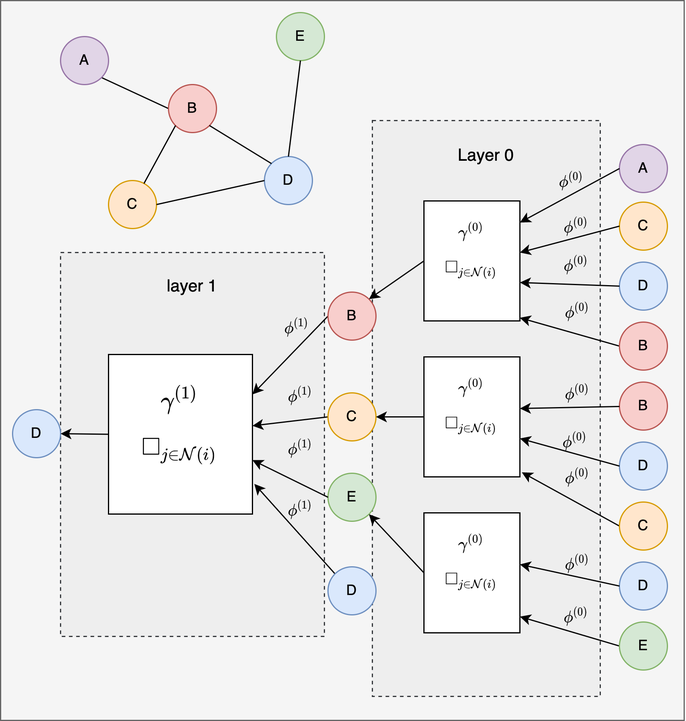
Earlier version of the draw.io export notes/assets/drawio/Message-Passing-Framework.drawio.png (shekharmish/MATH-490-Project). Source tidied: cells renumbered, new cells last; positions are measured from the earlier drawing's top-left corner, leaving out a move shared by most shapes.
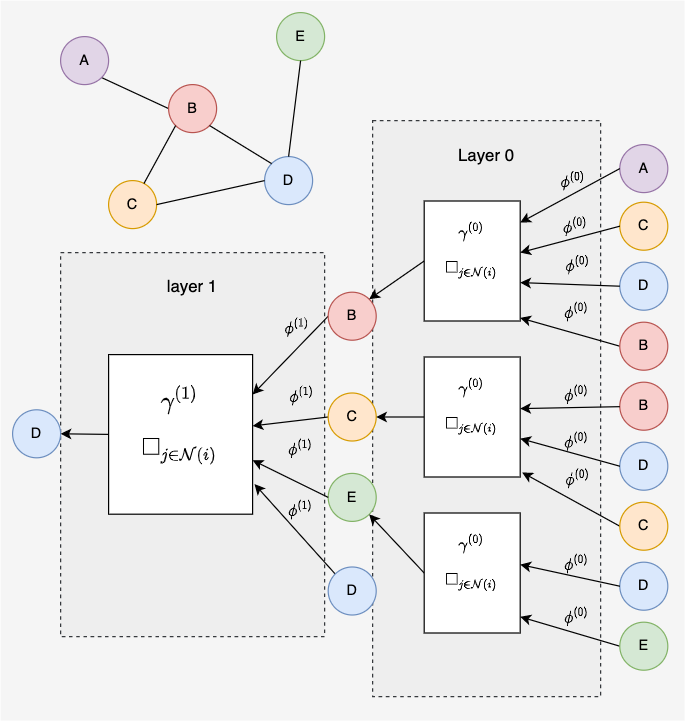
The same file after the commit.

Change to the diagram source:
```diff
@@ -2,7 +2,7 @@
   <root>
     <mxCell id="0" />
     <mxCell id="1" parent="0" />
-    <mxCell id="2" style="rounded=0;whiteSpace=wrap;html=1;fillColor=#f5f5f5;fontColor=#333333;strokeColor=#666666;" parent="1" vertex="1">
+    <mxCell id="2" style="rounded=0;whiteSpace=wrap;html=1;fillColor=#f5f5f5;fontColor=#333333;strokeColor=none;" parent="1" vertex="1">
       <mxGeometry width="570" height="600" as="geometry" />
     </mxCell>
     <mxCell id="3" value="&lt;font style=&quot;font-size: 14px&quot;&gt;layer 1&lt;/font&gt;&lt;br&gt;&lt;br&gt;&lt;br&gt;&lt;br&gt;&lt;br&gt;&lt;br&gt;&lt;br&gt;&lt;br&gt;&lt;br&gt;&lt;br&gt;&lt;br&gt;&lt;br&gt;&lt;br&gt;&lt;br&gt;&lt;br&gt;&lt;br&gt;&lt;br&gt;&lt;br&gt;&lt;br&gt;&lt;br&gt;&lt;br&gt;" style="rounded=0;whiteSpace=wrap;html=1;dashed=1;fontSize=11;fillColor=#eeeeee;strokeColor=#36393d;" parent="1" vertex="1">
```
